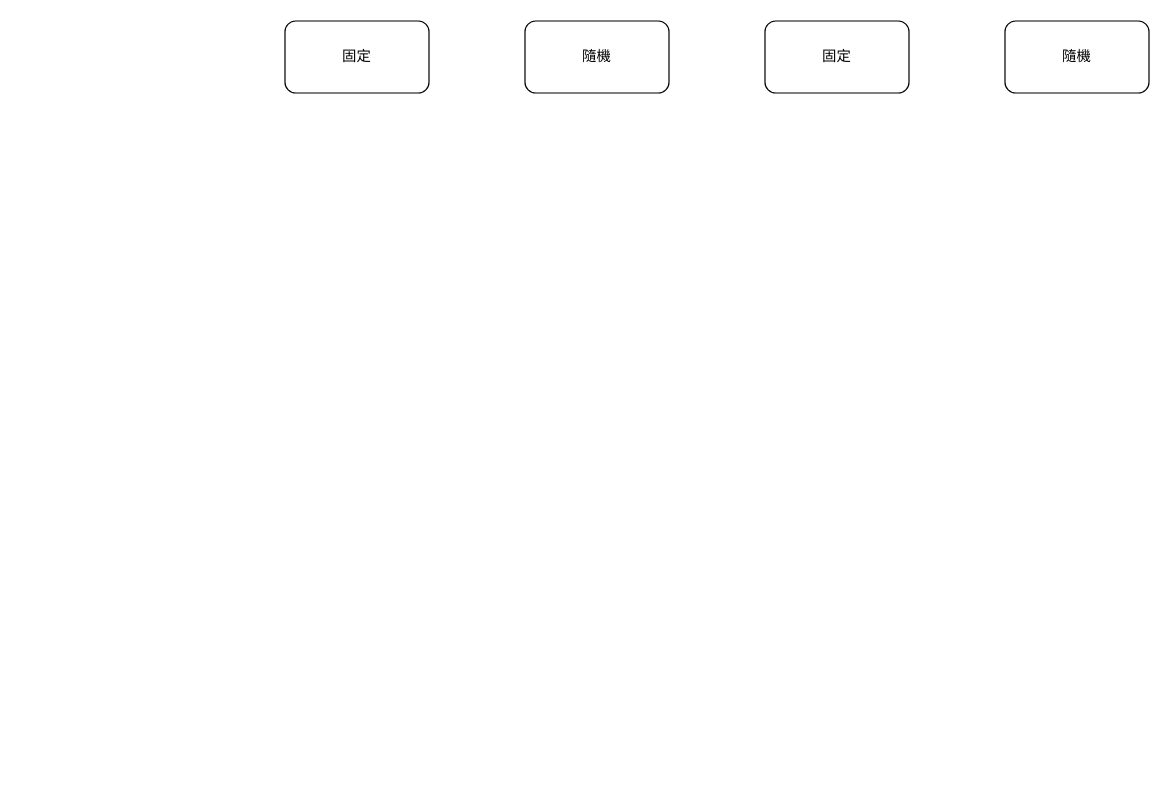
The draw.io diagram sort.drawio in BenmrChen/Draw.io, before the edit. Source tidied: cells renumbered, new cells numbered last; positions are measured from the earlier drawing's top-left corner, leaving out a move shared by most shapes. Both pictures are drawn from the tidied source at 120%, with x=0, y=0 at pixel (284, 20).
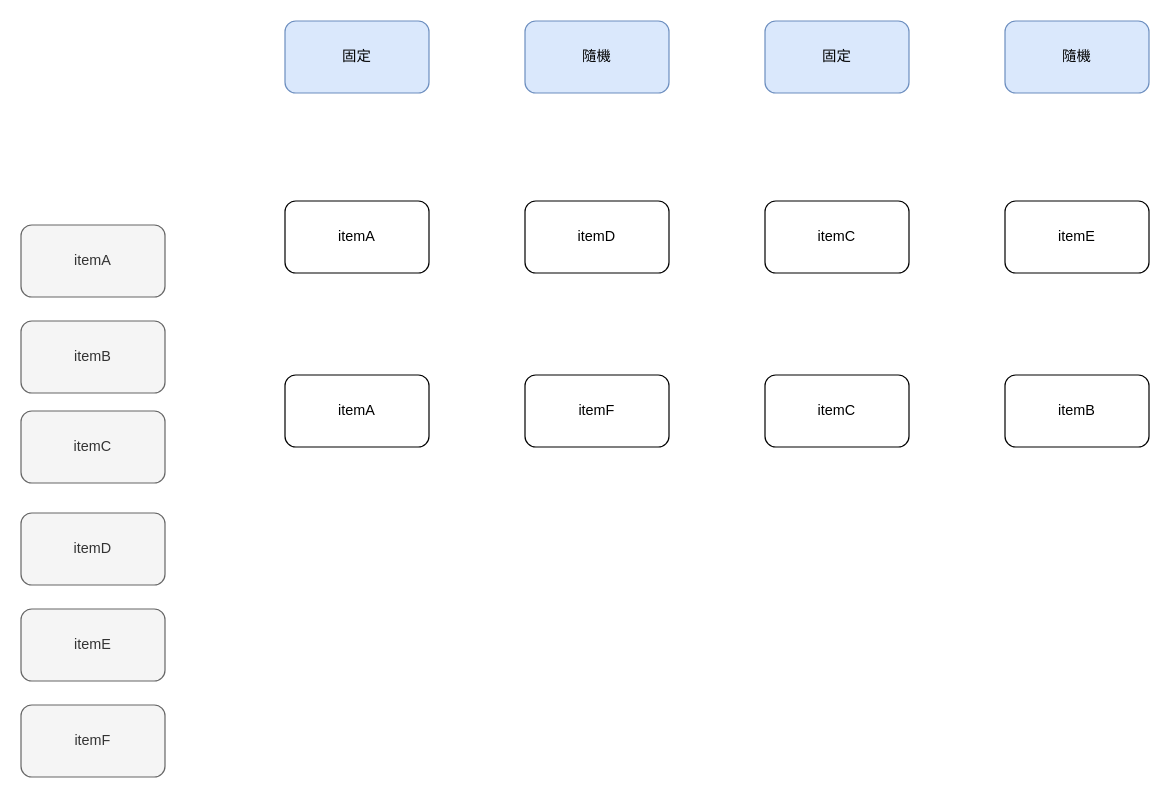
The same page after the edit.

Change to the diagram source:
```diff
@@
 <mxGraphModel>
   <root>
     <mxCell id="0" />
     <mxCell id="1" parent="0" />
-    <mxCell id="2" value="固定" style="rounded=1;whiteSpace=wrap;html=1;" parent="1" vertex="1">
+    <mxCell id="2" value="固定" style="rounded=1;whiteSpace=wrap;html=1;fillColor=#dae8fc;strokeColor=#6c8ebf;" parent="1" vertex="1">
       <mxGeometry width="120" height="60" as="geometry" />
     </mxCell>
-    <mxCell id="3" value="隨機" style="rounded=1;whiteSpace=wrap;html=1;" parent="1" vertex="1">
+    <mxCell id="3" value="隨機" style="rounded=1;whiteSpace=wrap;html=1;fillColor=#dae8fc;strokeColor=#6c8ebf;" parent="1" vertex="1">
       <mxGeometry x="200" width="120" height="60" as="geometry" />
     </mxCell>
-    <mxCell id="4" value="固定" style="rounded=1;whiteSpace=wrap;html=1;" parent="1" vertex="1">
+    <mxCell id="4" value="固定" style="rounded=1;whiteSpace=wrap;html=1;fillColor=#dae8fc;strokeColor=#6c8ebf;" parent="1" vertex="1">
       <mxGeometry x="400" width="120" height="60" as="geometry" />
     </mxCell>
-    <mxCell id="5" value="隨機" style="rounded=1;whiteSpace=wrap;html=1;" parent="1" vertex="1">
+    <mxCell id="5" value="隨機" style="rounded=1;whiteSpace=wrap;html=1;fillColor=#dae8fc;strokeColor=#6c8ebf;" parent="1" vertex="1">
       <mxGeometry x="600" width="120" height="60" as="geometry" />
     </mxCell>
+    <mxCell id="6" value="itemA" style="rounded=1;whiteSpace=wrap;html=1;" parent="1" vertex="1">
+      <mxGeometry y="150" width="120" height="60" as="geometry" />
+    </mxCell>
+    <mxCell id="7" value="itemD" style="rounded=1;whiteSpace=wrap;html=1;" parent="1" vertex="1">
+      <mxGeometry x="200" y="150" width="120" height="60" as="geometry" />
+    </mxCell>
+    <mxCell id="8" value="itemC" style="rounded=1;whiteSpace=wrap;html=1;" parent="1" vertex="1">
+      <mxGeometry x="400" y="150" width="120" height="60" as="geometry" />
+    </mxCell>
+    <mxCell id="9" value="itemE" style="rounded=1;whiteSpace=wrap;html=1;" parent="1" vertex="1">
+      <mxGeometry x="600" y="150" width="120" height="60" as="geometry" />
+    </mxCell>
+    <mxCell id="10" value="itemA" style="rounded=1;whiteSpace=wrap;html=1;" parent="1" vertex="1">
+      <mxGeometry y="295" width="120" height="60" as="geometry" />
+    </mxCell>
+    <mxCell id="11" value="itemF" style="rounded=1;whiteSpace=wrap;html=1;" parent="1" vertex="1">
+      <mxGeometry x="200" y="295" width="120" height="60" as="geometry" />
+    </mxCell>
+    <mxCell id="12" value="itemC" style="rounded=1;whiteSpace=wrap;html=1;" parent="1" vertex="1">
+      <mxGeometry x="400" y="295" width="120" height="60" as="geometry" />
+    </mxCell>
+    <mxCell id="13" value="itemB" style="rounded=1;whiteSpace=wrap;html=1;" parent="1" vertex="1">
+      <mxGeometry x="600" y="295" width="120" height="60" as="geometry" />
+    </mxCell>
+    <mxCell id="14" value="itemA" style="rounded=1;whiteSpace=wrap;html=1;fillColor=#f5f5f5;strokeColor=#666666;fontColor=#333333;" parent="1" vertex="1">
+      <mxGeometry x="-220" y="170" width="120" height="60" as="geometry" />
+    </mxCell>
+    <mxCell id="15" value="itemE" style="rounded=1;whiteSpace=wrap;html=1;fillColor=#f5f5f5;strokeColor=#666666;fontColor=#333333;" parent="1" vertex="1">
+      <mxGeometry x="-220" y="490" width="120" height="60" as="geometry" />
+    </mxCell>
+    <mxCell id="16" value="itemD" style="rounded=1;whiteSpace=wrap;html=1;fillColor=#f5f5f5;strokeColor=#666666;fontColor=#333333;" parent="1" vertex="1">
+      <mxGeometry x="-220" y="410" width="120" height="60" as="geometry" />
+    </mxCell>
+    <mxCell id="17" value="itemC" style="rounded=1;whiteSpace=wrap;html=1;fillColor=#f5f5f5;strokeColor=#666666;fontColor=#333333;" parent="1" vertex="1">
+      <mxGeometry x="-220" y="325" width="120" height="60" as="geometry" />
+    </mxCell>
+    <mxCell id="18" value="itemB" style="rounded=1;whiteSpace=wrap;html=1;fillColor=#f5f5f5;strokeColor=#666666;fontColor=#333333;" parent="1" vertex="1">
+      <mxGeometry x="-220" y="250" width="120" height="60" as="geometry" />
+    </mxCell>
+    <mxCell id="19" value="itemF" style="rounded=1;whiteSpace=wrap;html=1;fillColor=#f5f5f5;strokeColor=#666666;fontColor=#333333;" parent="1" vertex="1">
+      <mxGeometry x="-220" y="570" width="120" height="60" as="geometry" />
+    </mxCell>
   </root>
 </mxGraphModel>
```
